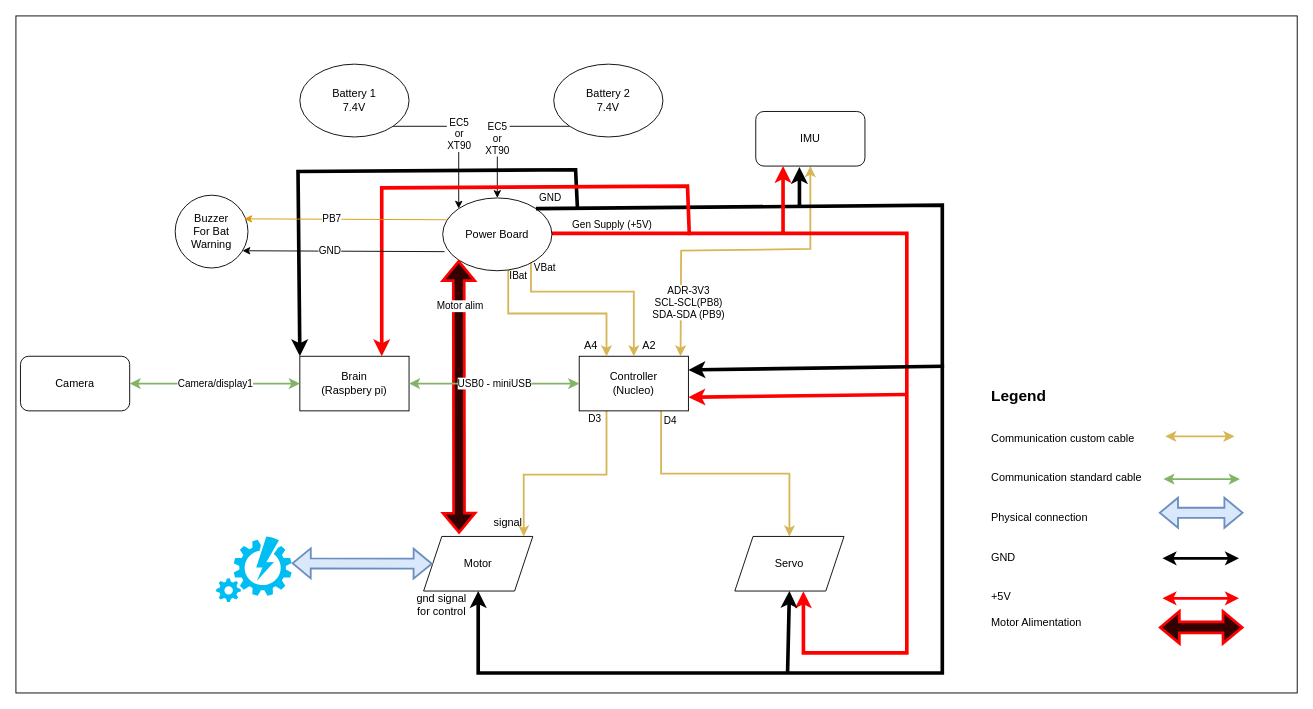
The draw.io diagram source/images/hardwaresetupforcar/ConnectionDiagram.drawio in ECC-BFMC/Documentation, before the edit. Source tidied: cells renumbered, new cells numbered last; positions are measured from the earlier drawing's top-left corner, leaving out a move shared by most shapes. Both pictures are drawn from the tidied source at 91%, with x=0, y=0 at pixel (15, 15).
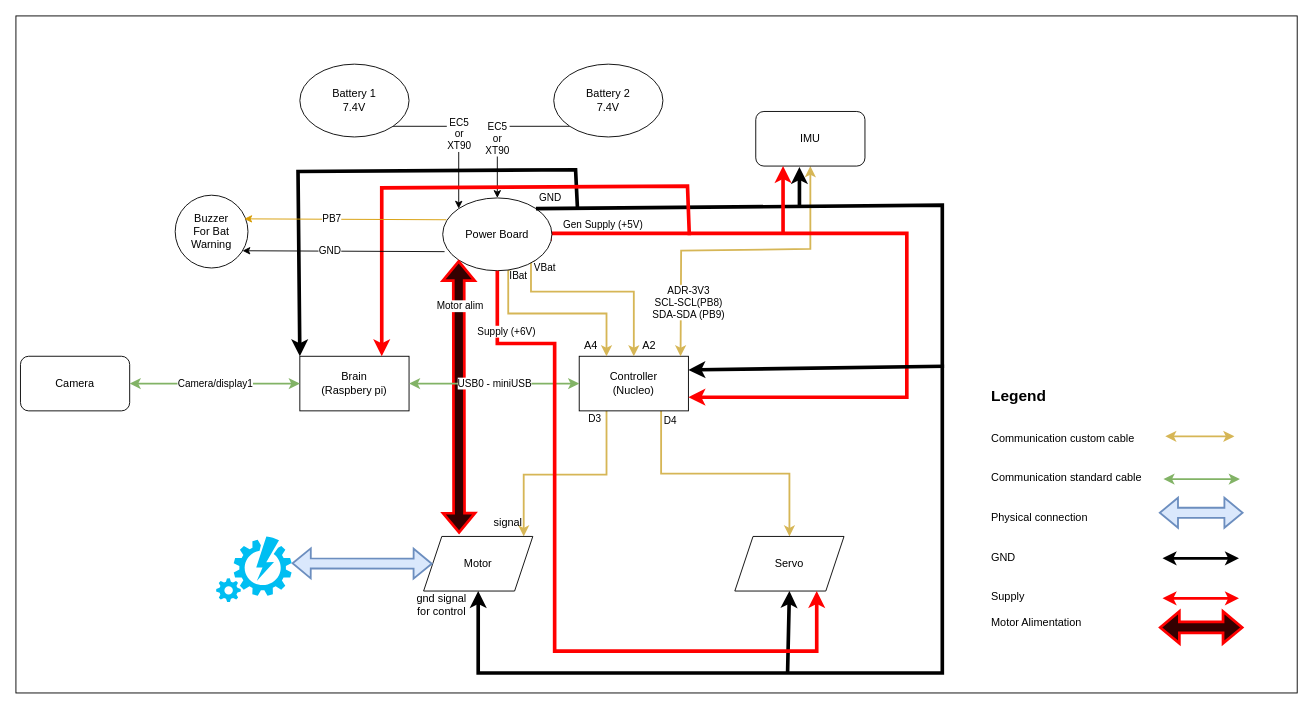
The same diagram, later.

Unchanged cells that the change refers to:
```xml
<mxCell id="6" value="&lt;div&gt;Controller&lt;/div&gt;&lt;div&gt;(Nucleo)&lt;br&gt;&lt;/div&gt;" style="rounded=0;whiteSpace=wrap;html=1;" parent="1" vertex="1">
  <mxGeometry x="619" y="374" width="120" height="60" as="geometry" />
</mxCell>
<mxCell id="11" value="Servo" style="shape=parallelogram;perimeter=parallelogramPerimeter;whiteSpace=wrap;html=1;fixedSize=1;" parent="1" vertex="1">
  <mxGeometry x="790" y="572" width="120" height="60" as="geometry" />
</mxCell>
<mxCell id="15" value="Power Board" style="ellipse;whiteSpace=wrap;html=1;" parent="1" vertex="1">
  <mxGeometry x="469" y="200" width="120" height="80" as="geometry" />
</mxCell>
```

Diff of the diagram source:
```diff
@@
-    <mxCell id="14" value="Gen Supply (+5V)" style="edgeStyle=orthogonalEdgeStyle;rounded=0;jumpSize=21;jettySize=auto;html=1;exitX=0.983;exitY=0.588;exitDx=0;exitDy=0;strokeColor=#ff0000;strokeWidth=4;exitPerimeter=0;entryX=0.628;entryY=1.003;entryDx=0;entryDy=0;entryPerimeter=0;" parent="1" edge="1" source="15" target="11">
+    <mxCell id="14" value="Gen Supply (+5V)" style="edgeStyle=orthogonalEdgeStyle;rounded=0;jumpSize=21;jettySize=auto;html=1;exitX=0.983;exitY=0.588;exitDx=0;exitDy=0;strokeColor=#ff0000;strokeWidth=4;exitPerimeter=0;entryX=1;entryY=0.75;entryDx=0;entryDy=0;" parent="1" edge="1" source="15" target="6">
       <mxGeometry x="-0.84" y="10" relative="1" as="geometry">
         <Array as="points">
-          <mxPoint x="583" y="239" />
+          <mxPoint x="587" y="239" />
           <mxPoint x="979" y="239" />
-          <mxPoint x="979" y="700" />
-          <mxPoint x="865" y="700" />
+          <mxPoint x="979" y="419" />
         </Array>
       </mxGeometry>
     </mxCell>
@@
-    <mxCell id="27" style="endArrow=classic;html=1;rounded=0;strokeColor=#ff0000;strokeWidth=4;jumpSize=21;entryX=1;entryY=0.75;entryDx=0;entryDy=0;" parent="1" edge="1" target="6">
-      <mxGeometry relative="1" as="geometry">
-        <mxPoint x="978" y="416" as="sourcePoint" />
-      </mxGeometry>
-    </mxCell>
@@
-    <mxCell id="32" value="&lt;div align=&quot;left&quot;&gt;&lt;font style=&quot;font-size: 17px;&quot;&gt;&lt;b&gt;Legend&lt;/b&gt;&lt;br&gt;&lt;/font&gt;&lt;/div&gt;&lt;div align=&quot;left&quot;&gt;&lt;br&gt;&lt;/div&gt;&lt;div align=&quot;left&quot;&gt;&lt;br&gt;&lt;/div&gt;&lt;div align=&quot;left&quot;&gt;Communication custom cable&lt;/div&gt;&lt;div align=&quot;left&quot;&gt;&lt;br&gt;&lt;/div&gt;&lt;div&gt;&lt;br&gt;&lt;/div&gt;&lt;div&gt;Communication standard cable&lt;/div&gt;&lt;div&gt;&lt;br&gt;&lt;/div&gt;&lt;div&gt;&lt;br&gt;&lt;/div&gt;&lt;div&gt;Physical connection&lt;/div&gt;&lt;div&gt;&lt;br&gt;&lt;/div&gt;&lt;div&gt;&lt;br&gt;&lt;/div&gt;&lt;div&gt;GND&lt;/div&gt;&lt;div&gt;&lt;br&gt;&lt;/div&gt;&lt;div&gt;&lt;br&gt;&lt;/div&gt;&lt;div&gt;+5V&lt;/div&gt;&lt;div&gt;&lt;br&gt;&lt;/div&gt;&lt;div&gt;Motor Alimentation&lt;br&gt;&lt;/div&gt;" style="text;html=1;strokeColor=none;fillColor=none;align=left;verticalAlign=middle;whiteSpace=wrap;rounded=0;" parent="1" vertex="1">
+    <mxCell id="32" value="&lt;div align=&quot;left&quot;&gt;&lt;font style=&quot;font-size: 17px;&quot;&gt;&lt;b&gt;Legend&lt;/b&gt;&lt;br&gt;&lt;/font&gt;&lt;/div&gt;&lt;div align=&quot;left&quot;&gt;&lt;br&gt;&lt;/div&gt;&lt;div align=&quot;left&quot;&gt;&lt;br&gt;&lt;/div&gt;&lt;div align=&quot;left&quot;&gt;Communication custom cable&lt;/div&gt;&lt;div align=&quot;left&quot;&gt;&lt;br&gt;&lt;/div&gt;&lt;div&gt;&lt;br&gt;&lt;/div&gt;&lt;div&gt;Communication standard cable&lt;/div&gt;&lt;div&gt;&lt;br&gt;&lt;/div&gt;&lt;div&gt;&lt;br&gt;&lt;/div&gt;&lt;div&gt;Physical connection&lt;/div&gt;&lt;div&gt;&lt;br&gt;&lt;/div&gt;&lt;div&gt;&lt;br&gt;&lt;/div&gt;&lt;div&gt;GND&lt;/div&gt;&lt;div&gt;&lt;br&gt;&lt;/div&gt;&lt;div&gt;&lt;br&gt;&lt;/div&gt;&lt;div&gt;&lt;/div&gt;&lt;div&gt;Supply&lt;/div&gt;&lt;div&gt;&lt;br&gt;&lt;/div&gt;&lt;div&gt;Motor Alimentation&lt;br&gt;&lt;/div&gt;" style="text;html=1;strokeColor=none;fillColor=none;align=left;verticalAlign=middle;whiteSpace=wrap;rounded=0;" parent="1" vertex="1">
       <mxGeometry x="1070" y="360" width="184" height="361" as="geometry" />
     </mxCell>
@@
+    <mxCell id="49" value="Supply (+6V)" style="edgeStyle=orthogonalEdgeStyle;rounded=0;jumpSize=21;jettySize=auto;html=1;strokeColor=#ff0000;strokeWidth=4;entryX=0.75;entryY=1;entryDx=0;entryDy=0;exitX=0.5;exitY=1;exitDx=0;exitDy=0;" parent="1" edge="1" source="15" target="11">
+      <mxGeometry x="-0.84" y="10" relative="1" as="geometry">
+        <Array as="points">
+          <mxPoint x="529" y="360" />
+          <mxPoint x="592" y="360" />
+          <mxPoint x="592" y="698" />
+          <mxPoint x="880" y="698" />
+        </Array>
+      </mxGeometry>
+    </mxCell>
```
